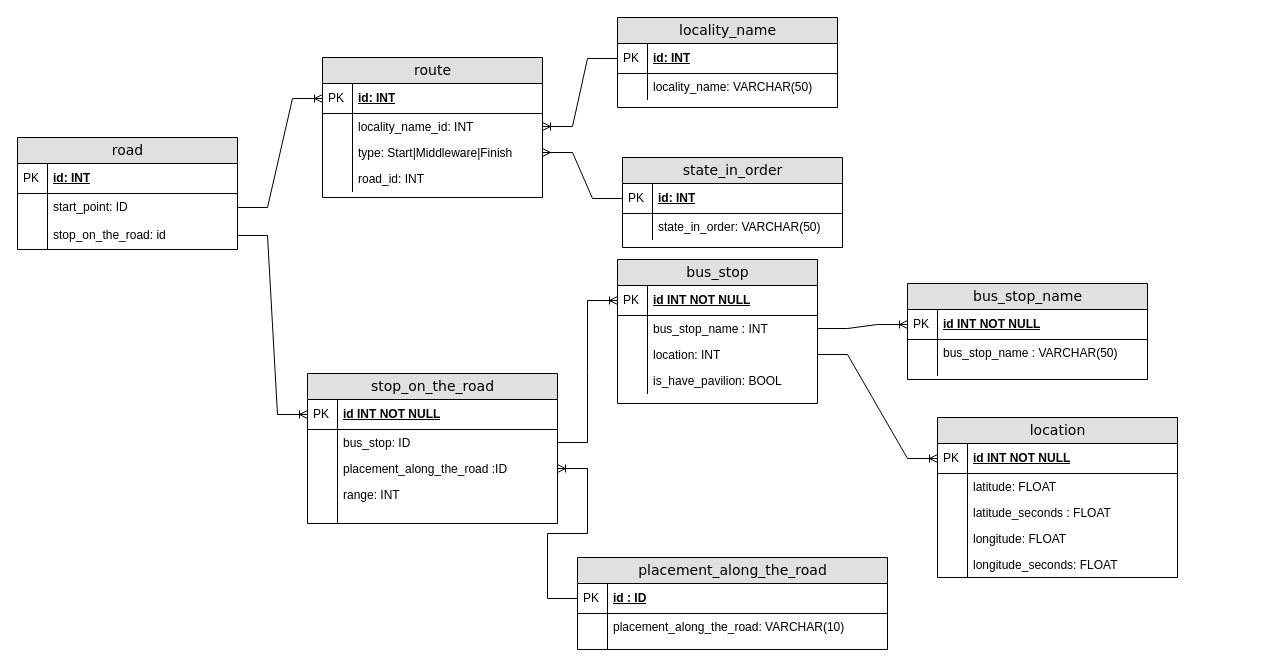
Before: lab2/Untitled Diagram.drawio in omgwer/Databases, a draw.io diagram. Source tidied: cells renumbered, new cells numbered last; positions are measured from the earlier drawing's top-left corner, leaving out a move shared by most shapes. Both pictures are drawn from the tidied source at 100%, with x=0, y=0 at pixel (17, 17).
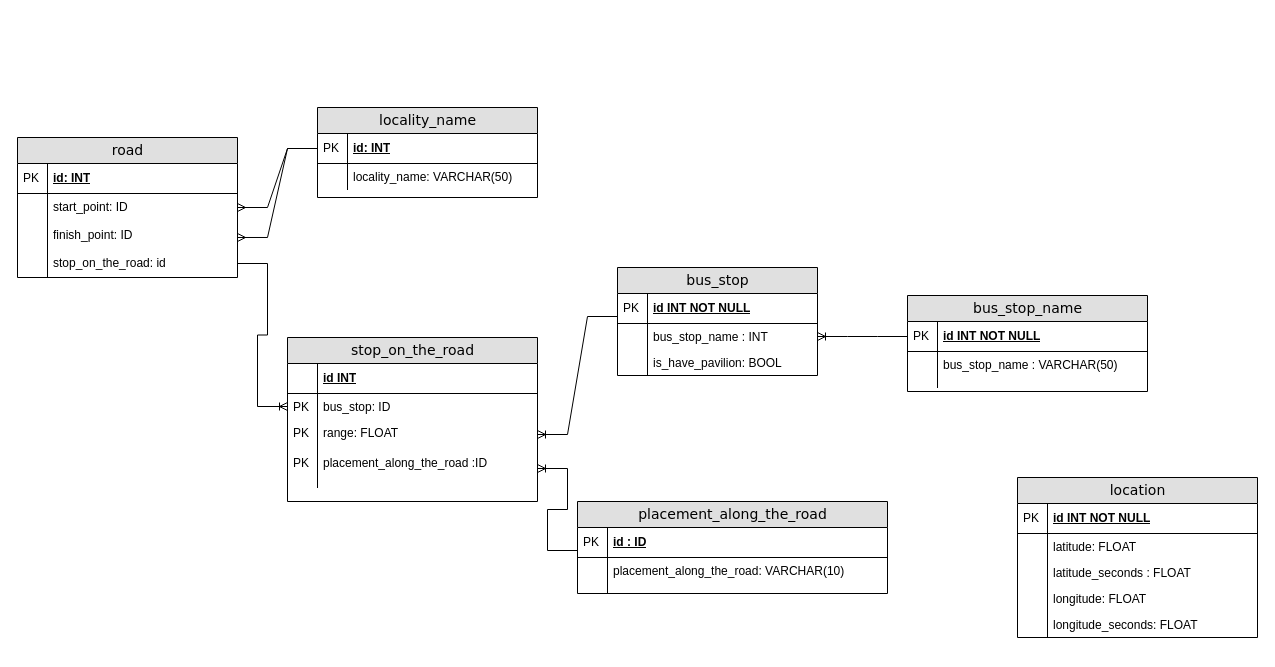
The same page after the edit.

Unchanged cells that the change refers to:
```xml
<mxCell id="3" value="id INT NOT NULL" style="shape=partialRectangle;top=0;left=0;right=0;bottom=1;html=1;align=left;verticalAlign=middle;fillColor=none;spacingLeft=34;spacingRight=4;whiteSpace=wrap;overflow=hidden;points=[[0,0.5],[1,0.5]];portConstraint=eastwest;fontStyle=5;" parent="2" vertex="1">
  <mxGeometry y="26" width="240" height="30" as="geometry" />
</mxCell>
<mxCell id="12" value="start_point: ID" style="shape=partialRectangle;top=0;left=0;right=0;bottom=0;html=1;align=left;verticalAlign=top;fillColor=none;spacingLeft=34;spacingRight=4;whiteSpace=wrap;overflow=hidden;points=[[0,0.5],[1,0.5]];portConstraint=eastwest;" parent="9" vertex="1">
  <mxGeometry y="56" width="220" height="28" as="geometry" />
</mxCell>
<mxCell id="19" value="bus_stop: ID" style="shape=partialRectangle;top=0;left=0;right=0;bottom=0;html=1;align=left;verticalAlign=top;fillColor=none;spacingLeft=34;spacingRight=4;whiteSpace=wrap;overflow=hidden;points=[[0,0.5],[1,0.5]];portConstraint=eastwest;" parent="16" vertex="1">
  <mxGeometry y="56" width="250" height="26" as="geometry" />
</mxCell>
<mxCell id="27" value="id INT NOT NULL" style="shape=partialRectangle;top=0;left=0;right=0;bottom=1;html=1;align=left;verticalAlign=middle;fillColor=none;spacingLeft=34;spacingRight=4;whiteSpace=wrap;overflow=hidden;points=[[0,0.5],[1,0.5]];portConstraint=eastwest;fontStyle=5;" parent="26" vertex="1">
  <mxGeometry y="26" width="200" height="30" as="geometry" />
</mxCell>
<mxCell id="29" value="bus_stop_name : INT" style="shape=partialRectangle;top=0;left=0;right=0;bottom=0;html=1;align=left;verticalAlign=top;fillColor=none;spacingLeft=34;spacingRight=4;whiteSpace=wrap;overflow=hidden;points=[[0,0.5],[1,0.5]];portConstraint=eastwest;" parent="26" vertex="1">
  <mxGeometry y="56" width="200" height="26" as="geometry" />
</mxCell>
<mxCell id="36" value="id : ID" style="shape=partialRectangle;top=0;left=0;right=0;bottom=1;html=1;align=left;verticalAlign=middle;fillColor=none;spacingLeft=34;spacingRight=4;whiteSpace=wrap;overflow=hidden;points=[[0,0.5],[1,0.5]];portConstraint=eastwest;fontStyle=5;" parent="35" vertex="1">
  <mxGeometry y="26" width="310" height="30" as="geometry" />
</mxCell>
<mxCell id="44" value="id INT NOT NULL" style="shape=partialRectangle;top=0;left=0;right=0;bottom=1;html=1;align=left;verticalAlign=middle;fillColor=none;spacingLeft=34;spacingRight=4;whiteSpace=wrap;overflow=hidden;points=[[0,0.5],[1,0.5]];portConstraint=eastwest;fontStyle=5;" parent="43" vertex="1">
  <mxGeometry y="26" width="240" height="30" as="geometry" />
</mxCell>
<mxCell id="68" value="id: INT" style="shape=partialRectangle;top=0;left=0;right=0;bottom=1;html=1;align=left;verticalAlign=middle;fillColor=none;spacingLeft=34;spacingRight=4;whiteSpace=wrap;overflow=hidden;points=[[0,0.5],[1,0.5]];portConstraint=eastwest;fontStyle=5;" parent="67" vertex="1">
  <mxGeometry y="26" width="220" height="30" as="geometry" />
</mxCell>
```

What changed in the source:
```diff
@@
     <mxCell id="2" value="bus_stop_name" style="swimlane;html=1;fontStyle=0;horizontal=1;startSize=26;fillColor=#e0e0e0;swimlaneFillColor=#ffffff;align=center;rounded=0;shadow=0;comic=0;labelBackgroundColor=none;strokeWidth=1;fontFamily=Verdana;fontSize=14;" parent="1" vertex="1">
-      <mxGeometry x="890" y="266" width="240" height="96" as="geometry" />
+      <mxGeometry x="890" y="278" width="240" height="96" as="geometry" />
     </mxCell>
@@
     <mxCell id="9" value="road" style="swimlane;html=1;fontStyle=0;horizontal=1;startSize=26;fillColor=#e0e0e0;swimlaneFillColor=#ffffff;align=center;rounded=0;shadow=0;comic=0;labelBackgroundColor=none;strokeWidth=1;fontFamily=Verdana;fontSize=14;" parent="1" vertex="1">
-      <mxGeometry y="120" width="220" height="112" as="geometry" />
+      <mxGeometry y="120" width="220" height="140" as="geometry" />
     </mxCell>
@@
-    <mxCell id="14" value="stop_on_the_road: id" style="shape=partialRectangle;top=0;left=0;right=0;bottom=0;html=1;align=left;verticalAlign=top;fillColor=none;spacingLeft=34;spacingRight=4;whiteSpace=wrap;overflow=hidden;points=[[0,0.5],[1,0.5]];portConstraint=eastwest;" parent="9" vertex="1">
+    <mxCell id="14" value="finish_point: ID" style="shape=partialRectangle;top=0;left=0;right=0;bottom=0;html=1;align=left;verticalAlign=top;fillColor=none;spacingLeft=34;spacingRight=4;whiteSpace=wrap;overflow=hidden;points=[[0,0.5],[1,0.5]];portConstraint=eastwest;" parent="9" vertex="1">
       <mxGeometry y="84" width="220" height="28" as="geometry" />
     </mxCell>
@@
+    <mxCell id="79" value="stop_on_the_road: id" style="shape=partialRectangle;top=0;left=0;right=0;bottom=0;html=1;align=left;verticalAlign=top;fillColor=none;spacingLeft=34;spacingRight=4;whiteSpace=wrap;overflow=hidden;points=[[0,0.5],[1,0.5]];portConstraint=eastwest;" parent="9" vertex="1">
+      <mxGeometry y="112" width="220" height="28" as="geometry" />
+    </mxCell>
+    <mxCell id="80" style="shape=partialRectangle;top=0;left=0;bottom=0;html=1;fillColor=none;align=left;verticalAlign=top;spacingLeft=4;spacingRight=4;whiteSpace=wrap;overflow=hidden;" parent="79" vertex="1">
+      <mxGeometry width="30" height="28" as="geometry" />
+    </mxCell>
     <mxCell id="16" value="stop_on_the_road" style="swimlane;html=1;fontStyle=0;horizontal=1;startSize=26;fillColor=#e0e0e0;swimlaneFillColor=#ffffff;align=center;rounded=0;shadow=0;comic=0;labelBackgroundColor=none;strokeWidth=1;fontFamily=Verdana;fontSize=14;" parent="1" vertex="1">
-      <mxGeometry x="290" y="356" width="250" height="150" as="geometry" />
+      <mxGeometry x="270" y="320" width="250" height="164" as="geometry" />
     </mxCell>
-    <mxCell id="17" value="id INT NOT NULL" style="shape=partialRectangle;top=0;left=0;right=0;bottom=1;html=1;align=left;verticalAlign=middle;fillColor=none;spacingLeft=34;spacingRight=4;whiteSpace=wrap;overflow=hidden;points=[[0,0.5],[1,0.5]];portConstraint=eastwest;fontStyle=5;" parent="16" vertex="1">
+    <mxCell id="17" value="id INT" style="shape=partialRectangle;top=0;left=0;right=0;bottom=1;html=1;align=left;verticalAlign=middle;fillColor=none;spacingLeft=34;spacingRight=4;whiteSpace=wrap;overflow=hidden;points=[[0,0.5],[1,0.5]];portConstraint=eastwest;fontStyle=5;" parent="16" vertex="1">
       <mxGeometry y="26" width="250" height="30" as="geometry" />
     </mxCell>
-    <mxCell id="18" value="PK" style="shape=partialRectangle;top=0;left=0;bottom=0;html=1;fillColor=none;align=left;verticalAlign=middle;spacingLeft=4;spacingRight=4;whiteSpace=wrap;overflow=hidden;" parent="17" vertex="1">
+    <mxCell id="18" style="shape=partialRectangle;top=0;left=0;bottom=0;html=1;fillColor=none;align=left;verticalAlign=middle;spacingLeft=4;spacingRight=4;whiteSpace=wrap;overflow=hidden;" parent="17" vertex="1">
       <mxGeometry width="30" height="30" as="geometry" />
     </mxCell>
@@
-    <mxCell id="20" style="shape=partialRectangle;top=0;left=0;bottom=0;html=1;fillColor=none;align=left;verticalAlign=top;spacingLeft=4;spacingRight=4;whiteSpace=wrap;overflow=hidden;" parent="19" vertex="1">
+    <mxCell id="20" value="PK" style="shape=partialRectangle;top=0;left=0;bottom=0;html=1;fillColor=none;align=left;verticalAlign=top;spacingLeft=4;spacingRight=4;whiteSpace=wrap;overflow=hidden;" parent="19" vertex="1">
       <mxGeometry width="30" height="26" as="geometry" />
     </mxCell>
+    <mxCell id="23" value="range: FLOAT" style="shape=partialRectangle;top=0;left=0;right=0;bottom=0;html=1;align=left;verticalAlign=top;fillColor=none;spacingLeft=34;spacingRight=4;whiteSpace=wrap;overflow=hidden;points=[[0,0.5],[1,0.5]];portConstraint=eastwest;" parent="16" vertex="1">
+      <mxGeometry y="82" width="250" height="30" as="geometry" />
+    </mxCell>
+    <mxCell id="24" value="PK" style="shape=partialRectangle;top=0;left=0;bottom=0;html=1;fillColor=none;align=left;verticalAlign=top;spacingLeft=4;spacingRight=4;whiteSpace=wrap;overflow=hidden;" parent="23" vertex="1">
+      <mxGeometry width="30" height="30" as="geometry" />
+    </mxCell>
     <mxCell id="21" value="placement_along_the_road :ID" style="shape=partialRectangle;top=0;left=0;right=0;bottom=0;html=1;align=left;verticalAlign=top;fillColor=none;spacingLeft=34;spacingRight=4;whiteSpace=wrap;overflow=hidden;points=[[0,0.5],[1,0.5]];portConstraint=eastwest;" parent="16" vertex="1">
-      <mxGeometry y="82" width="250" height="26" as="geometry" />
+      <mxGeometry y="112" width="250" height="38" as="geometry" />
     </mxCell>
-    <mxCell id="22" style="shape=partialRectangle;top=0;left=0;bottom=0;html=1;fillColor=none;align=left;verticalAlign=top;spacingLeft=4;spacingRight=4;whiteSpace=wrap;overflow=hidden;" parent="21" vertex="1">
-      <mxGeometry width="30" height="26" as="geometry" />
+    <mxCell id="22" value="PK" style="shape=partialRectangle;top=0;left=0;bottom=0;html=1;fillColor=none;align=left;verticalAlign=top;spacingLeft=4;spacingRight=4;whiteSpace=wrap;overflow=hidden;" parent="21" vertex="1">
+      <mxGeometry width="30" height="38" as="geometry" />
     </mxCell>
-    <mxCell id="23" value="range: INT" style="shape=partialRectangle;top=0;left=0;right=0;bottom=0;html=1;align=left;verticalAlign=top;fillColor=none;spacingLeft=34;spacingRight=4;whiteSpace=wrap;overflow=hidden;points=[[0,0.5],[1,0.5]];portConstraint=eastwest;" parent="16" vertex="1">
-      <mxGeometry y="108" width="250" height="42" as="geometry" />
-    </mxCell>
-    <mxCell id="24" style="shape=partialRectangle;top=0;left=0;bottom=0;html=1;fillColor=none;align=left;verticalAlign=top;spacingLeft=4;spacingRight=4;whiteSpace=wrap;overflow=hidden;" parent="23" vertex="1">
-      <mxGeometry width="30" height="42" as="geometry" />
-    </mxCell>
-    <mxCell id="25" style="edgeStyle=entityRelationEdgeStyle;fontSize=12;html=1;endArrow=ERoneToMany;rounded=0;exitX=1;exitY=0.5;exitDx=0;exitDy=0;entryX=0;entryY=0.5;entryDx=0;entryDy=0;" parent="1" edge="1" source="14" target="17">
-      <mxGeometry relative="1" as="geometry" />
-    </mxCell>
     <mxCell id="26" value="bus_stop" style="swimlane;html=1;fontStyle=0;horizontal=1;startSize=26;fillColor=#e0e0e0;swimlaneFillColor=#ffffff;align=center;rounded=0;shadow=0;comic=0;labelBackgroundColor=none;strokeWidth=1;fontFamily=Verdana;fontSize=14;" parent="1" vertex="1">
-      <mxGeometry x="600" y="242" width="200" height="144" as="geometry" />
+      <mxGeometry x="600" y="250" width="200" height="108" as="geometry" />
     </mxCell>
@@
-    <mxCell id="31" value="location: INT" style="shape=partialRectangle;top=0;left=0;right=0;bottom=0;html=1;align=left;verticalAlign=top;fillColor=none;spacingLeft=34;spacingRight=4;whiteSpace=wrap;overflow=hidden;points=[[0,0.5],[1,0.5]];portConstraint=eastwest;" parent="26" vertex="1">
-      <mxGeometry y="82" width="200" height="26" as="geometry" />
-    </mxCell>
-    <mxCell id="32" style="shape=partialRectangle;top=0;left=0;bottom=0;html=1;fillColor=none;align=left;verticalAlign=top;spacingLeft=4;spacingRight=4;whiteSpace=wrap;overflow=hidden;" parent="31" vertex="1">
-      <mxGeometry width="30" height="26" as="geometry" />
-    </mxCell>
     <mxCell id="33" value="is_have_pavilion: BOOL" style="shape=partialRectangle;top=0;left=0;right=0;bottom=0;html=1;align=left;verticalAlign=top;fillColor=none;spacingLeft=34;spacingRight=4;whiteSpace=wrap;overflow=hidden;" parent="26" vertex="1">
-      <mxGeometry y="108" width="200" height="26" as="geometry" />
+      <mxGeometry y="82" width="200" height="26" as="geometry" />
     </mxCell>
@@
     <mxCell id="35" value="placement_along_the_road" style="swimlane;html=1;fontStyle=0;horizontal=1;startSize=26;fillColor=#e0e0e0;swimlaneFillColor=#ffffff;align=center;rounded=0;shadow=0;comic=0;labelBackgroundColor=none;strokeWidth=1;fontFamily=Verdana;fontSize=14;" parent="1" vertex="1">
-      <mxGeometry x="560" y="540" width="310" height="92" as="geometry" />
+      <mxGeometry x="560" y="484" width="310" height="92" as="geometry" />
     </mxCell>
@@
-    <mxCell id="42" style="edgeStyle=entityRelationEdgeStyle;fontSize=12;html=1;endArrow=ERoneToMany;rounded=0;exitX=1;exitY=0.5;exitDx=0;exitDy=0;entryX=0;entryY=0.5;entryDx=0;entryDy=0;" parent="1" edge="1" source="29" target="3">
-      <mxGeometry relative="1" as="geometry" />
-    </mxCell>
     <mxCell id="43" value="location" style="swimlane;html=1;fontStyle=0;horizontal=1;startSize=26;fillColor=#e0e0e0;swimlaneFillColor=#ffffff;align=center;rounded=0;shadow=0;comic=0;labelBackgroundColor=none;strokeWidth=1;fontFamily=Verdana;fontSize=14;" parent="1" vertex="1">
-      <mxGeometry x="920" y="400" width="240" height="160" as="geometry" />
+      <mxGeometry x="1000" y="460" width="240" height="160" as="geometry" />
     </mxCell>
@@
-    <mxCell id="54" style="edgeStyle=entityRelationEdgeStyle;fontSize=12;html=1;endArrow=ERoneToMany;rounded=0;exitX=1;exitY=0.5;exitDx=0;exitDy=0;entryX=0;entryY=0.5;entryDx=0;entryDy=0;" parent="1" edge="1" source="31" target="44">
-      <mxGeometry relative="1" as="geometry" />
-    </mxCell>
-    <mxCell id="55" value="route" style="swimlane;html=1;fontStyle=0;horizontal=1;startSize=26;fillColor=#e0e0e0;swimlaneFillColor=#ffffff;align=center;rounded=0;shadow=0;comic=0;labelBackgroundColor=none;strokeWidth=1;fontFamily=Verdana;fontSize=14;" parent="1" vertex="1">
-      <mxGeometry x="305" y="40" width="220" height="140" as="geometry" />
-    </mxCell>
-    <mxCell id="56" value="id: INT" style="shape=partialRectangle;top=0;left=0;right=0;bottom=1;html=1;align=left;verticalAlign=middle;fillColor=none;spacingLeft=34;spacingRight=4;whiteSpace=wrap;overflow=hidden;points=[[0,0.5],[1,0.5]];portConstraint=eastwest;fontStyle=5;" parent="55" vertex="1">
-      <mxGeometry y="26" width="220" height="30" as="geometry" />
-    </mxCell>
-    <mxCell id="57" value="PK" style="shape=partialRectangle;top=0;left=0;bottom=0;html=1;fillColor=none;align=left;verticalAlign=middle;spacingLeft=4;spacingRight=4;whiteSpace=wrap;overflow=hidden;" parent="56" vertex="1">
-      <mxGeometry width="30" height="30" as="geometry" />
-    </mxCell>
-    <mxCell id="58" value="locality_name_id: INT" style="shape=partialRectangle;top=0;left=0;right=0;bottom=0;html=1;align=left;verticalAlign=top;fillColor=none;spacingLeft=34;spacingRight=4;whiteSpace=wrap;overflow=hidden;points=[[0,0.5],[1,0.5]];portConstraint=eastwest;" parent="55" vertex="1">
-      <mxGeometry y="56" width="220" height="26" as="geometry" />
-    </mxCell>
-    <mxCell id="59" style="shape=partialRectangle;top=0;left=0;bottom=0;html=1;fillColor=none;align=left;verticalAlign=top;spacingLeft=4;spacingRight=4;whiteSpace=wrap;overflow=hidden;" parent="58" vertex="1">
-      <mxGeometry width="30" height="26" as="geometry" />
-    </mxCell>
-    <mxCell id="60" value="type: Start|Middleware|Finish" style="shape=partialRectangle;top=0;left=0;right=0;bottom=0;html=1;align=left;verticalAlign=top;fillColor=none;spacingLeft=34;spacingRight=4;whiteSpace=wrap;overflow=hidden;points=[[0,0.5],[1,0.5]];portConstraint=eastwest;" parent="55" vertex="1">
-      <mxGeometry y="82" width="220" height="26" as="geometry" />
-    </mxCell>
-    <mxCell id="61" style="shape=partialRectangle;top=0;left=0;bottom=0;html=1;fillColor=none;align=left;verticalAlign=top;spacingLeft=4;spacingRight=4;whiteSpace=wrap;overflow=hidden;" parent="60" vertex="1">
-      <mxGeometry width="30" height="26" as="geometry" />
-    </mxCell>
-    <mxCell id="62" value="road_id: INT" style="shape=partialRectangle;top=0;left=0;right=0;bottom=0;html=1;align=left;verticalAlign=top;fillColor=none;spacingLeft=34;spacingRight=4;whiteSpace=wrap;overflow=hidden;" parent="55" vertex="1">
-      <mxGeometry y="108" width="220" height="26" as="geometry" />
-    </mxCell>
-    <mxCell id="63" style="shape=partialRectangle;top=0;left=0;bottom=0;html=1;fillColor=none;align=left;verticalAlign=top;spacingLeft=4;spacingRight=4;whiteSpace=wrap;overflow=hidden;" parent="62" vertex="1">
-      <mxGeometry width="30" height="26" as="geometry" />
-    </mxCell>
-    <mxCell id="64" style="edgeStyle=entityRelationEdgeStyle;fontSize=12;html=1;endArrow=ERoneToMany;rounded=0;exitX=1;exitY=0.5;exitDx=0;exitDy=0;entryX=0;entryY=0.5;entryDx=0;entryDy=0;" parent="1" edge="1" source="12" target="56">
-      <mxGeometry relative="1" as="geometry" />
-    </mxCell>
-    <mxCell id="65" style="edgeStyle=entityRelationEdgeStyle;fontSize=12;html=1;endArrow=ERoneToMany;rounded=0;exitX=0;exitY=0.5;exitDx=0;exitDy=0;entryX=1;entryY=0.5;entryDx=0;entryDy=0;" parent="1" edge="1" source="36" target="21">
-      <mxGeometry relative="1" as="geometry" />
-    </mxCell>
-    <mxCell id="66" style="edgeStyle=entityRelationEdgeStyle;fontSize=12;html=1;endArrow=ERoneToMany;rounded=0;exitX=1;exitY=0.5;exitDx=0;exitDy=0;entryX=0;entryY=0.5;entryDx=0;entryDy=0;" parent="1" edge="1" source="19" target="27">
-      <mxGeometry relative="1" as="geometry" />
-    </mxCell>
     <mxCell id="67" value="locality_name" style="swimlane;html=1;fontStyle=0;horizontal=1;startSize=26;fillColor=#e0e0e0;swimlaneFillColor=#ffffff;align=center;rounded=0;shadow=0;comic=0;labelBackgroundColor=none;strokeWidth=1;fontFamily=Verdana;fontSize=14;" parent="1" vertex="1">
-      <mxGeometry x="600" width="220" height="90" as="geometry" />
+      <mxGeometry x="300" y="90" width="220" height="90" as="geometry" />
     </mxCell>
@@
-    <mxCell id="72" value="state_in_order" style="swimlane;html=1;fontStyle=0;horizontal=1;startSize=26;fillColor=#e0e0e0;swimlaneFillColor=#ffffff;align=center;rounded=0;shadow=0;comic=0;labelBackgroundColor=none;strokeWidth=1;fontFamily=Verdana;fontSize=14;" parent="1" vertex="1">
-      <mxGeometry x="605" y="140" width="220" height="90" as="geometry" />
-    </mxCell>
-    <mxCell id="73" value="id: INT" style="shape=partialRectangle;top=0;left=0;right=0;bottom=1;html=1;align=left;verticalAlign=middle;fillColor=none;spacingLeft=34;spacingRight=4;whiteSpace=wrap;overflow=hidden;points=[[0,0.5],[1,0.5]];portConstraint=eastwest;fontStyle=5;" parent="72" vertex="1">
-      <mxGeometry y="26" width="220" height="30" as="geometry" />
-    </mxCell>
-    <mxCell id="74" value="PK" style="shape=partialRectangle;top=0;left=0;bottom=0;html=1;fillColor=none;align=left;verticalAlign=middle;spacingLeft=4;spacingRight=4;whiteSpace=wrap;overflow=hidden;" parent="73" vertex="1">
-      <mxGeometry width="30" height="30" as="geometry" />
-    </mxCell>
-    <mxCell id="75" value="state_in_order: VARCHAR(50)" style="shape=partialRectangle;top=0;left=0;right=0;bottom=0;html=1;align=left;verticalAlign=top;fillColor=none;spacingLeft=34;spacingRight=4;whiteSpace=wrap;overflow=hidden;" parent="72" vertex="1">
-      <mxGeometry y="56" width="220" height="26" as="geometry" />
-    </mxCell>
-    <mxCell id="76" style="shape=partialRectangle;top=0;left=0;bottom=0;html=1;fillColor=none;align=left;verticalAlign=top;spacingLeft=4;spacingRight=4;whiteSpace=wrap;overflow=hidden;" parent="75" vertex="1">
-      <mxGeometry width="30" height="26" as="geometry" />
-    </mxCell>
-    <mxCell id="77" style="edgeStyle=entityRelationEdgeStyle;fontSize=12;html=1;endArrow=ERmany;rounded=0;exitX=0;exitY=0.5;exitDx=0;exitDy=0;entryX=1;entryY=0.5;entryDx=0;entryDy=0;" parent="1" edge="1" source="73" target="60">
-      <mxGeometry relative="1" as="geometry" />
-    </mxCell>
-    <mxCell id="78" style="edgeStyle=entityRelationEdgeStyle;fontSize=12;html=1;endArrow=ERoneToMany;rounded=0;exitX=0;exitY=0.5;exitDx=0;exitDy=0;entryX=1;entryY=0.5;entryDx=0;entryDy=0;" parent="1" edge="1" source="68" target="58">
-      <mxGeometry relative="1" as="geometry" />
-    </mxCell>
+    <mxCell id="81" style="edgeStyle=entityRelationEdgeStyle;fontSize=12;html=1;endArrow=ERoneToMany;rounded=0;exitX=0;exitY=0.5;exitDx=0;exitDy=0;entryX=1;entryY=0.5;entryDx=0;entryDy=0;" parent="1" edge="1" source="3" target="29">
+      <mxGeometry relative="1" as="geometry" />
+    </mxCell>
+    <mxCell id="82" style="edgeStyle=entityRelationEdgeStyle;fontSize=12;html=1;endArrow=ERoneToMany;rounded=0;exitX=1;exitY=0.5;exitDx=0;exitDy=0;entryX=0;entryY=0.5;entryDx=0;entryDy=0;" parent="1" edge="1" source="79" target="19">
+      <mxGeometry relative="1" as="geometry" />
+    </mxCell>
+    <mxCell id="83" style="edgeStyle=entityRelationEdgeStyle;fontSize=12;html=1;endArrow=ERmany;rounded=0;exitX=0;exitY=0.5;exitDx=0;exitDy=0;entryX=1;entryY=0.5;entryDx=0;entryDy=0;" parent="1" edge="1" source="68" target="12">
+      <mxGeometry relative="1" as="geometry" />
+    </mxCell>
+    <mxCell id="84" style="edgeStyle=entityRelationEdgeStyle;fontSize=12;html=1;endArrow=ERmany;rounded=0;entryX=1;entryY=0.571;entryDx=0;entryDy=0;entryPerimeter=0;exitX=0;exitY=0.5;exitDx=0;exitDy=0;" parent="1" edge="1" source="68" target="14">
+      <mxGeometry relative="1" as="geometry" />
+    </mxCell>
+    <mxCell id="85" style="edgeStyle=entityRelationEdgeStyle;fontSize=12;html=1;endArrow=ERoneToMany;rounded=0;exitX=0;exitY=0.767;exitDx=0;exitDy=0;exitPerimeter=0;entryX=1;entryY=0.5;entryDx=0;entryDy=0;" parent="1" edge="1" source="27" target="23">
+      <mxGeometry relative="1" as="geometry" />
+    </mxCell>
+    <mxCell id="65" style="edgeStyle=entityRelationEdgeStyle;fontSize=12;html=1;endArrow=ERoneToMany;rounded=0;exitX=0;exitY=0.767;exitDx=0;exitDy=0;entryX=1;entryY=0.5;entryDx=0;entryDy=0;exitPerimeter=0;" parent="1" edge="1" source="36" target="21">
+      <mxGeometry relative="1" as="geometry" />
+    </mxCell>
```
